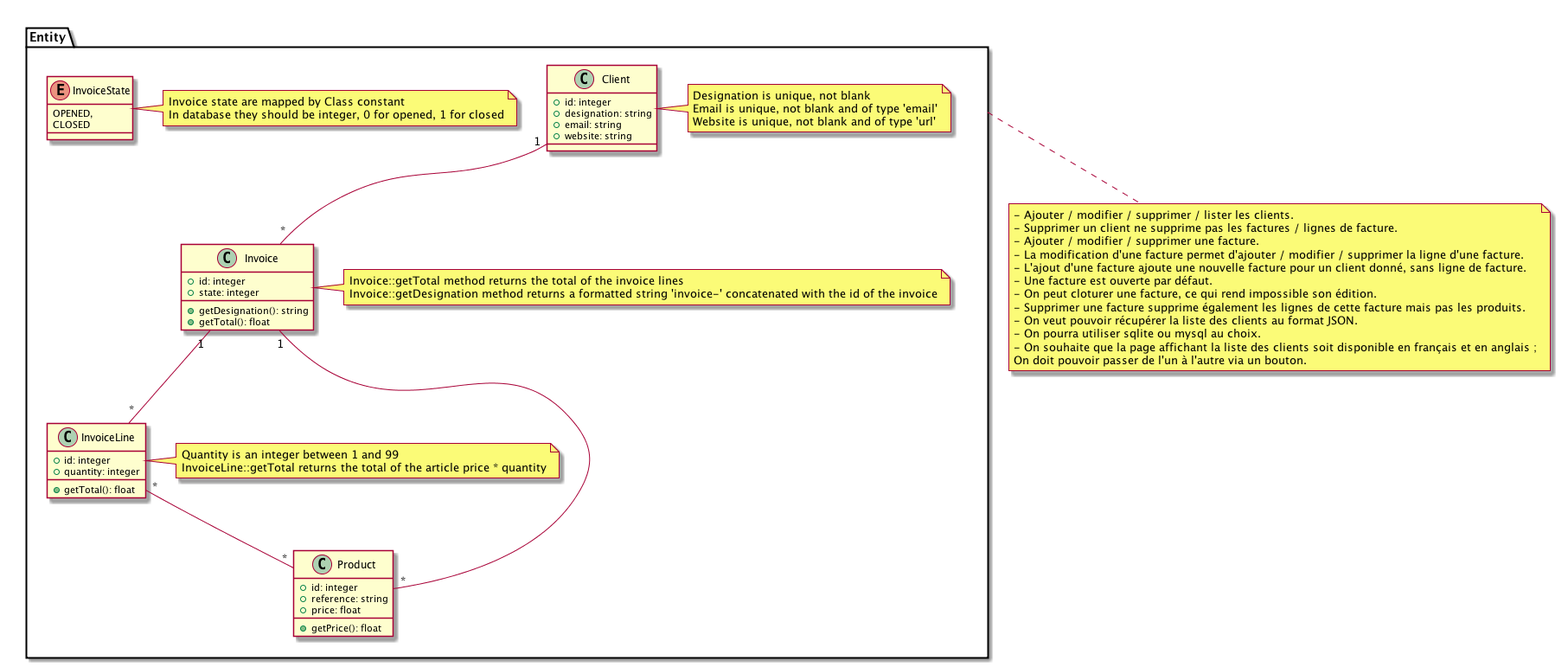
MaksJS/simplon_symfony keeps this PlantUML diagram as uml_ex1.png. Above is the earlier version.
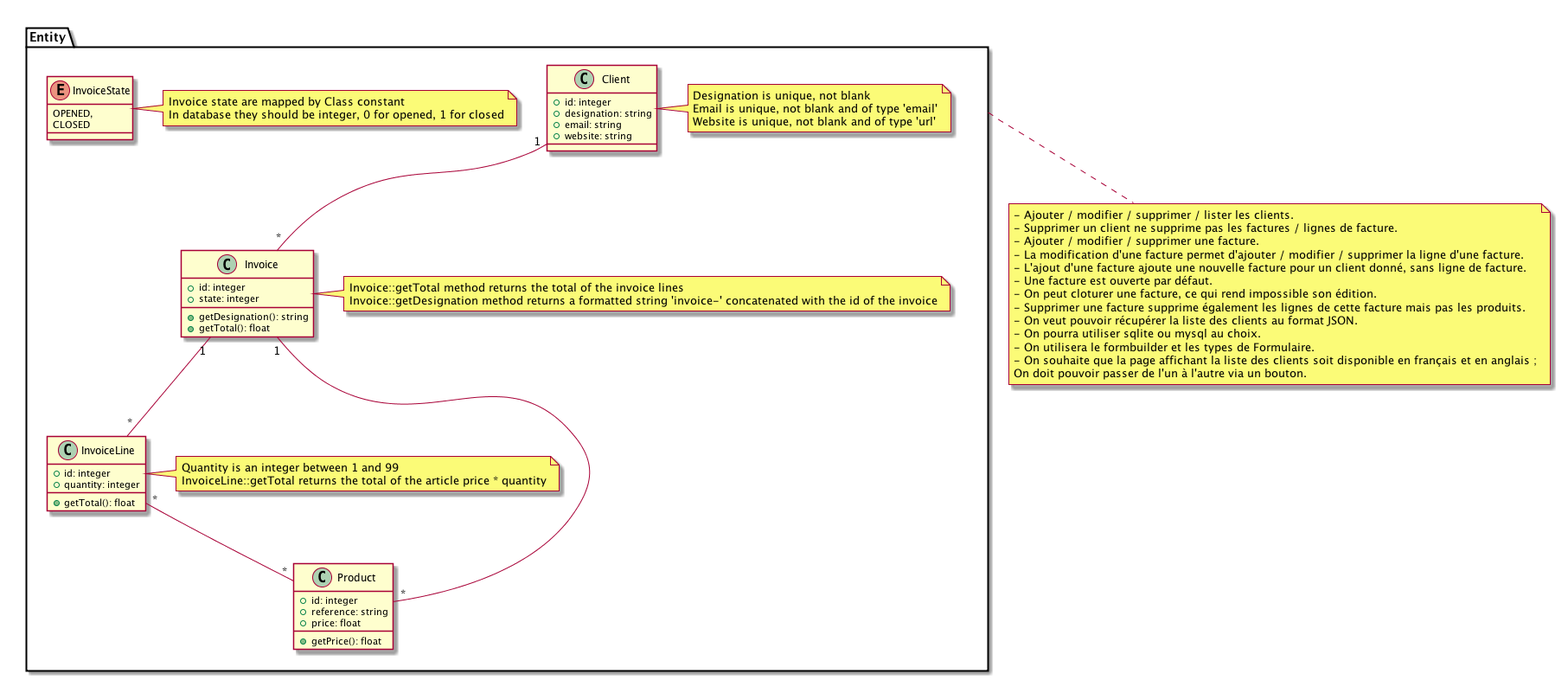
The same file after the commit.

Change to the diagram source:
```diff
@@ -71,6 +71,7 @@
     - Supprimer une facture supprime également les lignes de cette facture mais pas les produits.
     - On veut pouvoir récupérer la liste des clients au format JSON.
     - On pourra utiliser sqlite ou mysql au choix.
+    - On utilisera le formbuilder et les types de Formulaire.
     - On souhaite que la page affichant la liste des clients soit disponible en français et en anglais ;
     On doit pouvoir passer de l'un à l'autre via un bouton.
 end note
```
